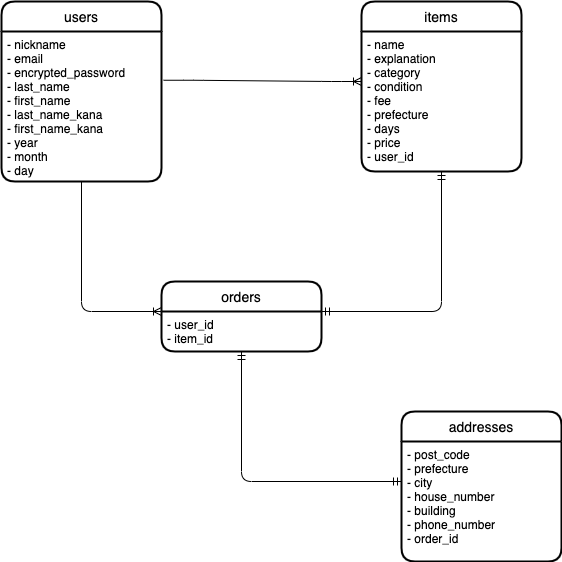
Before: ERdiagram.drawio.png, a diagram exported from draw.io (orange-soba/furima-39531). Source tidied: cells renumbered, new cells last; positions are measured from the earlier drawing's top-left corner, leaving out a move shared by most shapes. Its diagram source:
```xml
<mxGraphModel>
  <root>
    <mxCell id="0" />
    <mxCell id="1" parent="0" />
    <mxCell id="2" value="users" style="swimlane;horizontal=1;startSize=30;rounded=1;fontSize=14;fontStyle=0;strokeWidth=2;shadow=0;dashed=0;align=center;" parent="1" vertex="1">
      <mxGeometry width="160" height="180" as="geometry" />
    </mxCell>
    <mxCell id="3" value="- nickname&#10;- email&#10;- encrypted_password&#10;- last_name&#10;- first_name&#10;- last_name_kana&#10;- first_name_kana&#10;- year&#10;- month&#10;- day" style="align=left;strokeColor=none;fillColor=none;spacingLeft=4;fontSize=12;verticalAlign=top;" parent="2" vertex="1">
      <mxGeometry y="30" width="160" height="150" as="geometry" />
    </mxCell>
    <mxCell id="4" value="items" style="swimlane;horizontal=1;startSize=30;rounded=1;fontSize=14;fontStyle=0;strokeWidth=2;shadow=0;dashed=0;align=center;" parent="1" vertex="1">
      <mxGeometry x="360" width="160" height="170" as="geometry" />
    </mxCell>
    <mxCell id="5" value="- name&#10;- explanation&#10;- category&#10;- condition&#10;- fee&#10;- prefecture&#10;- days&#10;- price&#10;- user_id" style="align=left;strokeColor=none;fillColor=none;spacingLeft=4;fontSize=12;verticalAlign=top;" parent="4" vertex="1">
      <mxGeometry y="30" width="160" height="140" as="geometry" />
    </mxCell>
    <mxCell id="6" style="edgeStyle=entityRelationEdgeStyle;fontSize=12;html=1;endArrow=ERoneToMany;exitX=1.013;exitY=0.325;exitDx=0;exitDy=0;exitPerimeter=0;" parent="1" edge="1" source="3">
      <mxGeometry relative="1" as="geometry">
        <mxPoint x="360" y="80" as="targetPoint" />
      </mxGeometry>
    </mxCell>
    <mxCell id="7" value="addresses" style="swimlane;horizontal=1;startSize=30;rounded=1;fontSize=14;fontStyle=0;strokeWidth=2;shadow=0;dashed=0;align=center;" parent="1" vertex="1">
      <mxGeometry x="400" y="410" width="160" height="150" as="geometry" />
    </mxCell>
    <mxCell id="8" value="- post_code&#10;- prefecture&#10;- city&#10;- house_number&#10;- building&#10;- phone_number&#10;- order_id" style="align=left;strokeColor=none;fillColor=none;spacingLeft=4;fontSize=12;verticalAlign=top;" parent="7" vertex="1">
      <mxGeometry y="30" width="160" height="120" as="geometry" />
    </mxCell>
    <mxCell id="9" value="orders" style="swimlane;horizontal=1;startSize=30;rounded=1;fontSize=14;fontStyle=0;strokeWidth=2;shadow=0;dashed=0;align=center;" parent="1" vertex="1">
      <mxGeometry x="160" y="280" width="160" height="70" as="geometry" />
    </mxCell>
    <mxCell id="10" value="- user_id&#10;- item_id" style="align=left;strokeColor=none;fillColor=none;spacingLeft=4;fontSize=12;verticalAlign=top;" parent="9" vertex="1">
      <mxGeometry y="30" width="160" height="40" as="geometry" />
    </mxCell>
    <mxCell id="11" style="edgeStyle=orthogonalEdgeStyle;fontSize=12;html=1;endArrow=ERoneToMany;entryX=0;entryY=0;entryDx=0;entryDy=0;startArrow=none;startFill=0;sourcePerimeterSpacing=0;exitX=0.5;exitY=1;exitDx=0;exitDy=0;" parent="1" edge="1" source="3" target="10">
      <mxGeometry relative="1" as="geometry">
        <Array as="points">
          <mxPoint x="80" y="310" />
        </Array>
      </mxGeometry>
    </mxCell>
    <mxCell id="12" style="edgeStyle=orthogonalEdgeStyle;fontSize=12;html=1;endArrow=ERmandOne;startArrow=ERmandOne;sourcePerimeterSpacing=0;entryX=0.5;entryY=1;entryDx=0;entryDy=0;" parent="1" edge="1" target="5">
      <mxGeometry relative="1" as="geometry">
        <mxPoint x="320" y="310" as="sourcePoint" />
      </mxGeometry>
    </mxCell>
    <mxCell id="13" style="edgeStyle=orthogonalEdgeStyle;fontSize=12;html=1;endArrow=ERmandOne;startArrow=ERmandOne;sourcePerimeterSpacing=0;exitX=0.5;exitY=1;exitDx=0;exitDy=0;" parent="1" edge="1" source="10">
      <mxGeometry relative="1" as="geometry">
        <mxPoint x="400" y="480" as="targetPoint" />
        <Array as="points">
          <mxPoint x="240" y="480" />
        </Array>
      </mxGeometry>
    </mxCell>
  </root>
</mxGraphModel>
```
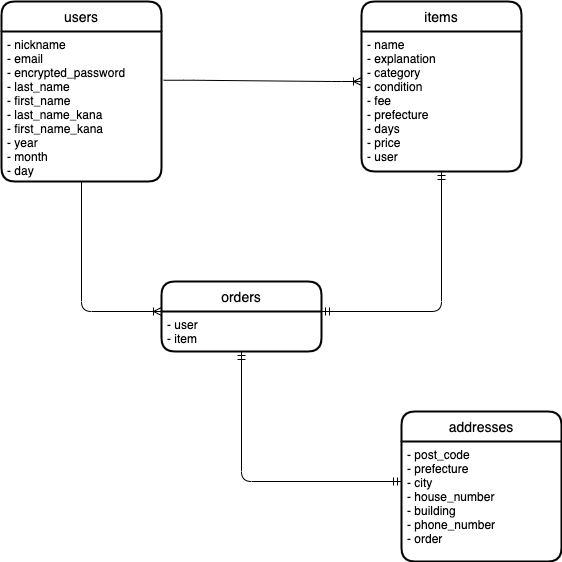
After the commit.

Commit message:
references型のカラム名の修正

What changed in the source:
```diff
@@ -11,7 +11,7 @@
     <mxCell id="4" value="items" style="swimlane;horizontal=1;startSize=30;rounded=1;fontSize=14;fontStyle=0;strokeWidth=2;shadow=0;dashed=0;align=center;" parent="1" vertex="1">
       <mxGeometry x="360" width="160" height="170" as="geometry" />
     </mxCell>
-    <mxCell id="5" value="- name&#10;- explanation&#10;- category&#10;- condition&#10;- fee&#10;- prefecture&#10;- days&#10;- price&#10;- user_id" style="align=left;strokeColor=none;fillColor=none;spacingLeft=4;fontSize=12;verticalAlign=top;" parent="4" vertex="1">
+    <mxCell id="5" value="- name&#10;- explanation&#10;- category&#10;- condition&#10;- fee&#10;- prefecture&#10;- days&#10;- price&#10;- user" style="align=left;strokeColor=none;fillColor=none;spacingLeft=4;fontSize=12;verticalAlign=top;" parent="4" vertex="1">
       <mxGeometry y="30" width="160" height="140" as="geometry" />
     </mxCell>
     <mxCell id="6" style="edgeStyle=entityRelationEdgeStyle;fontSize=12;html=1;endArrow=ERoneToMany;exitX=1.013;exitY=0.325;exitDx=0;exitDy=0;exitPerimeter=0;" parent="1" edge="1" source="3">
@@ -22,13 +22,13 @@
     <mxCell id="7" value="addresses" style="swimlane;horizontal=1;startSize=30;rounded=1;fontSize=14;fontStyle=0;strokeWidth=2;shadow=0;dashed=0;align=center;" parent="1" vertex="1">
       <mxGeometry x="400" y="410" width="160" height="150" as="geometry" />
     </mxCell>
-    <mxCell id="8" value="- post_code&#10;- prefecture&#10;- city&#10;- house_number&#10;- building&#10;- phone_number&#10;- order_id" style="align=left;strokeColor=none;fillColor=none;spacingLeft=4;fontSize=12;verticalAlign=top;" parent="7" vertex="1">
+    <mxCell id="8" value="- post_code&#10;- prefecture&#10;- city&#10;- house_number&#10;- building&#10;- phone_number&#10;- order" style="align=left;strokeColor=none;fillColor=none;spacingLeft=4;fontSize=12;verticalAlign=top;" parent="7" vertex="1">
       <mxGeometry y="30" width="160" height="120" as="geometry" />
     </mxCell>
     <mxCell id="9" value="orders" style="swimlane;horizontal=1;startSize=30;rounded=1;fontSize=14;fontStyle=0;strokeWidth=2;shadow=0;dashed=0;align=center;" parent="1" vertex="1">
       <mxGeometry x="160" y="280" width="160" height="70" as="geometry" />
     </mxCell>
-    <mxCell id="10" value="- user_id&#10;- item_id" style="align=left;strokeColor=none;fillColor=none;spacingLeft=4;fontSize=12;verticalAlign=top;" parent="9" vertex="1">
+    <mxCell id="10" value="- user&#10;- item" style="align=left;strokeColor=none;fillColor=none;spacingLeft=4;fontSize=12;verticalAlign=top;" parent="9" vertex="1">
       <mxGeometry y="30" width="160" height="40" as="geometry" />
     </mxCell>
     <mxCell id="11" style="edgeStyle=orthogonalEdgeStyle;fontSize=12;html=1;endArrow=ERoneToMany;entryX=0;entryY=0;entryDx=0;entryDy=0;startArrow=none;startFill=0;sourcePerimeterSpacing=0;exitX=0.5;exitY=1;exitDx=0;exitDy=0;" parent="1" edge="1" source="3" target="10">
```
